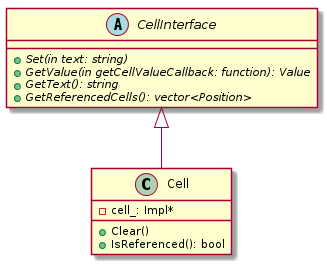
Earlier version of the PlantUML export uml/png/cell.png (kazarynau/YandexPraktikumFinal).
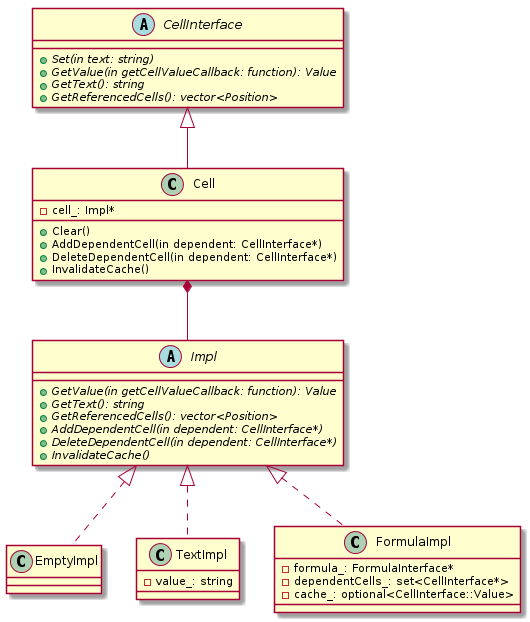
After the change.

Change to the diagram source:
```diff
@@ -1,4 +1,31 @@
 @startuml
+
+abstract class Impl {
+    +{abstract} GetValue(in getCellValueCallback: function): Value
+    +{abstract} GetText(): string
+    +{abstract} GetReferencedCells(): vector<Position>
+    +{abstract} AddDependentCell(in dependent: CellInterface*)
+    +{abstract} DeleteDependentCell(in dependent: CellInterface*)
+    +{abstract} InvalidateCache()
+}
+
+class EmptyImpl {
+}
+
+class TextImpl {
+    -value_: string
+}
+
+class FormulaImpl {
+    -formula_: FormulaInterface*
+    -dependentCells_: set<CellInterface*>
+    -cache_: optional<CellInterface::Value>
+}
+
+class EmptyImpl implements Impl
+class TextImpl implements Impl
+class FormulaImpl implements Impl
+
 
 abstract class CellInterface {
     +{abstract} Set(in text: string)
@@ -9,10 +36,13 @@
 
 class Cell {
     +Clear()
-    +IsReferenced(): bool
+    +AddDependentCell(in dependent: CellInterface*)
+    +DeleteDependentCell(in dependent: CellInterface*)
+    +InvalidateCache()
     -cell_: Impl*
 }
 
 class Cell extends CellInterface
+Cell *-r- Impl
 
 @enduml
```
